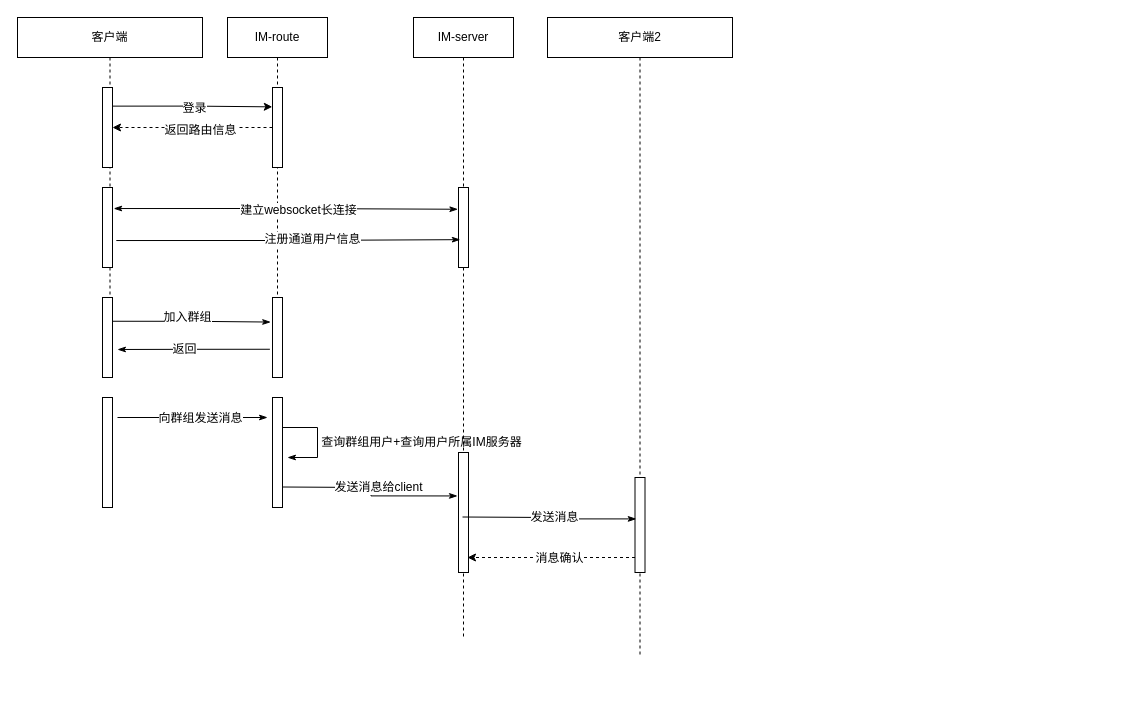
Before: IM消息系统.drawio in JAi-Li/document, a draw.io diagram. Source tidied: cells renumbered, new cells numbered last; positions are measured from the earlier drawing's top-left corner, leaving out a move shared by most shapes. Both pictures are drawn from the tidied source at 100%, with x=0, y=0 at pixel (17, 17).
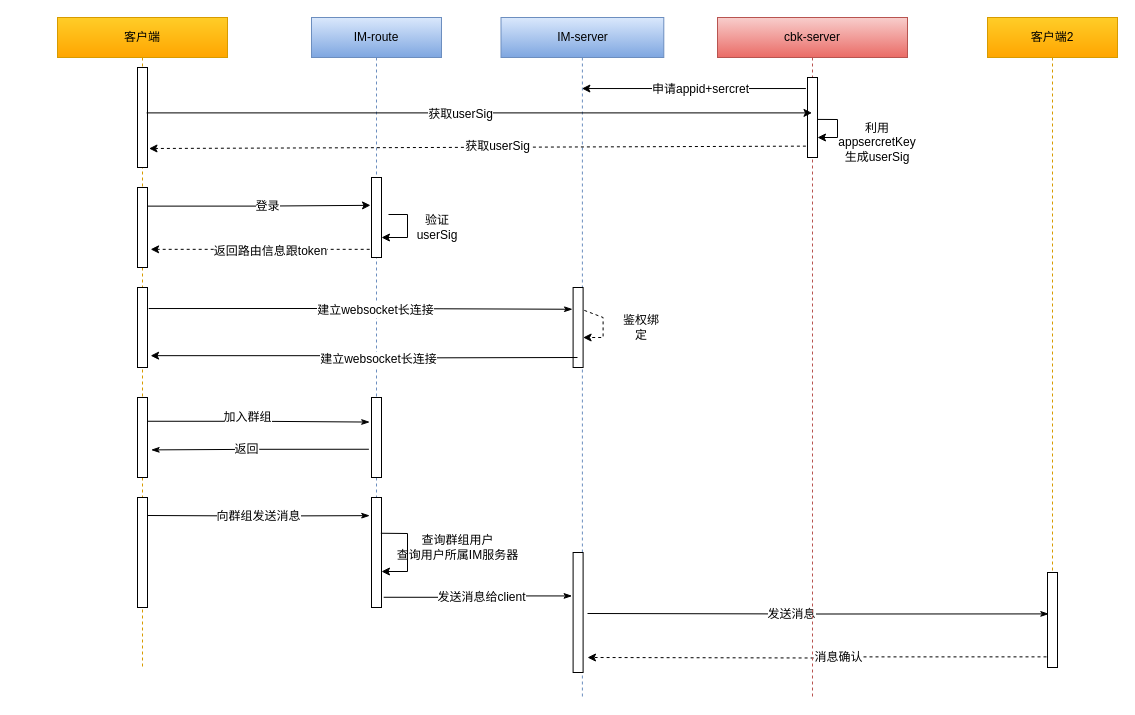
The same diagram, later.

Commit message:
更新IM消息系统.drawio

Diff of the diagram source:
```diff
@@
-    <mxCell id="2" value="客户端" style="shape=umlLifeline;perimeter=lifelinePerimeter;whiteSpace=wrap;html=1;" parent="1" vertex="1">
-      <mxGeometry width="185" height="360" as="geometry" />
+    <mxCell id="2" value="客户端" style="shape=umlLifeline;perimeter=lifelinePerimeter;whiteSpace=wrap;html=1;fillColor=#ffcd28;gradientColor=#ffa500;strokeColor=#d79b00;" parent="1" vertex="1">
+      <mxGeometry x="40" width="170" height="650" as="geometry" />
     </mxCell>
     <mxCell id="3" style="html=1;points=[];perimeter=orthogonalPerimeter;strokeColor=rgb(0, 0, 0);fontFamily=Helvetica;fontSize=12;fontColor=rgb(0, 0, 0);fillColor=rgb(255, 255, 255);" parent="2" vertex="1">
-      <mxGeometry x="85" y="70" width="10" height="80" as="geometry" />
+      <mxGeometry x="80" y="170" width="10" height="80" as="geometry" />
     </mxCell>
     <mxCell id="4" style="html=1;points=[];perimeter=orthogonalPerimeter;strokeColor=rgb(0, 0, 0);fontFamily=Helvetica;fontSize=12;fontColor=rgb(0, 0, 0);fillColor=rgb(255, 255, 255);" parent="2" vertex="1">
-      <mxGeometry x="85" y="170" width="10" height="80" as="geometry" />
+      <mxGeometry x="80" y="270" width="10" height="80" as="geometry" />
     </mxCell>
+    <mxCell id="38" style="html=1;points=[];perimeter=orthogonalPerimeter;strokeColor=rgb(0, 0, 0);fontFamily=Helvetica;fontSize=12;fontColor=rgb(0, 0, 0);fillColor=rgb(255, 255, 255);" parent="2" vertex="1">
+      <mxGeometry x="80" y="50" width="10" height="100" as="geometry" />
+    </mxCell>
     <mxCell id="5" style="html=1;points=[];perimeter=orthogonalPerimeter;strokeColor=rgb(0, 0, 0);fontFamily=Helvetica;fontSize=12;fontColor=rgb(0, 0, 0);fillColor=rgb(255, 255, 255);" parent="2" vertex="1">
-      <mxGeometry x="85" y="280" width="10" height="80" as="geometry" />
+      <mxGeometry x="80" y="380" width="10" height="80" as="geometry" />
     </mxCell>
+    <mxCell id="26" style="html=1;perimeter=orthogonalPerimeter;strokeColor=rgb(0, 0, 0);fontFamily=Helvetica;fontSize=12;fontColor=rgb(0, 0, 0);fillColor=rgb(255, 255, 255);" parent="2" vertex="1">
+      <mxGeometry x="80" y="480" width="10" height="110" as="geometry" />
+    </mxCell>
-    <mxCell id="6" value="IM-route" style="shape=umlLifeline;perimeter=lifelinePerimeter;whiteSpace=wrap;html=1;" parent="1" vertex="1">
-      <mxGeometry x="210" width="100" height="360" as="geometry" />
+    <mxCell id="6" value="IM-route" style="shape=umlLifeline;perimeter=lifelinePerimeter;whiteSpace=wrap;html=1;fillColor=#dae8fc;gradientColor=#7ea6e0;strokeColor=#6c8ebf;" parent="1" vertex="1">
+      <mxGeometry x="294" width="130" height="540" as="geometry" />
     </mxCell>
     <mxCell id="7" style="html=1;points=[];perimeter=orthogonalPerimeter;strokeColor=rgb(0, 0, 0);fontFamily=Helvetica;fontSize=12;fontColor=rgb(0, 0, 0);fillColor=rgb(255, 255, 255);" parent="6" vertex="1">
-      <mxGeometry x="45" y="70" width="10" height="80" as="geometry" />
+      <mxGeometry x="60" y="160" width="10" height="80" as="geometry" />
     </mxCell>
     <mxCell id="8" style="html=1;points=[];perimeter=orthogonalPerimeter;strokeColor=rgb(0, 0, 0);fontFamily=Helvetica;fontSize=12;fontColor=rgb(0, 0, 0);fillColor=rgb(255, 255, 255);" parent="6" vertex="1">
-      <mxGeometry x="45" y="280" width="10" height="80" as="geometry" />
+      <mxGeometry x="60" y="380" width="10" height="80" as="geometry" />
     </mxCell>
+    <mxCell id="39" style="endArrow=classic;html=1;rounded=0;fontFamily=Helvetica;fontSize=12;fontColor=rgb(0, 0, 0);" parent="6" edge="1" target="7">
+      <mxGeometry relative="1" as="geometry">
+        <mxPoint x="77" y="197" as="sourcePoint" />
+        <Array as="points">
+          <mxPoint x="96" y="197" />
+          <mxPoint x="96" y="220" />
+        </Array>
+      </mxGeometry>
+    </mxCell>
+    <mxCell id="40" value="验证userSig" style="text;html=1;strokeColor=none;fillColor=none;align=center;verticalAlign=middle;whiteSpace=wrap;rounded=0;fontFamily=Helvetica;fontSize=12;fontColor=rgb(0, 0, 0);" parent="6" vertex="1">
+      <mxGeometry x="96" y="195" width="60" height="30" as="geometry" />
+    </mxCell>
-    <mxCell id="9" value="IM-server" style="shape=umlLifeline;perimeter=lifelinePerimeter;whiteSpace=wrap;html=1;outlineConnect=0;" parent="1" vertex="1">
-      <mxGeometry x="396" width="100" height="620" as="geometry" />
+    <mxCell id="9" value="IM-server" style="shape=umlLifeline;perimeter=lifelinePerimeter;whiteSpace=wrap;html=1;outlineConnect=0;fillColor=#dae8fc;gradientColor=#7ea6e0;strokeColor=#6c8ebf;" parent="1" vertex="1">
+      <mxGeometry x="483.5" width="162.8" height="680" as="geometry" />
     </mxCell>
     <mxCell id="10" style="html=1;points=[];perimeter=orthogonalPerimeter;strokeColor=rgb(0, 0, 0);fontFamily=Helvetica;fontSize=12;fontColor=rgb(0, 0, 0);fillColor=rgb(255, 255, 255);" parent="9" vertex="1">
-      <mxGeometry x="45" y="170" width="10" height="80" as="geometry" />
+      <mxGeometry x="72.1" y="270" width="10" height="80" as="geometry" />
     </mxCell>
     <mxCell id="11" style="html=1;points=[];perimeter=orthogonalPerimeter;strokeColor=rgb(0, 0, 0);fontFamily=Helvetica;fontSize=12;fontColor=rgb(0, 0, 0);fillColor=rgb(255, 255, 255);" parent="9" vertex="1">
-      <mxGeometry x="45" y="435" width="10" height="120" as="geometry" />
+      <mxGeometry x="72.1" y="535" width="10" height="120" as="geometry" />
     </mxCell>
+    <mxCell id="41" style="endArrow=classic;html=1;rounded=0;dashed=1;fontFamily=Helvetica;fontSize=12;fontColor=rgb(0, 0, 0);exitX=1.122;exitY=0.286;exitDx=0;exitDy=0;exitPerimeter=0;" parent="9" edge="1" source="10" target="10">
+      <mxGeometry relative="1" as="geometry">
+        <Array as="points">
+          <mxPoint x="76" y="323" />
+        </Array>
+      </mxGeometry>
+    </mxCell>
+    <mxCell id="42" value="鉴权绑定" style="text;html=1;strokeColor=none;fillColor=none;align=center;verticalAlign=middle;whiteSpace=wrap;rounded=0;fontFamily=Helvetica;fontSize=12;fontColor=rgb(0, 0, 0);" parent="9" vertex="1">
+      <mxGeometry x="118.5" y="295" width="44.2" height="30" as="geometry" />
+    </mxCell>
-    <mxCell id="12" style="edgeStyle=orthogonalEdgeStyle;rounded=0;jettySize=auto;html=1;fontFamily=Helvetica;fontSize=12;fontColor=rgb(0, 0, 0);exitX=0.98;exitY=0.233;exitDx=0;exitDy=0;exitPerimeter=0;entryX=-0.02;entryY=0.242;entryDx=0;entryDy=0;entryPerimeter=0;" parent="1" edge="1" source="3" target="7">
+    <mxCell id="12" style="edgeStyle=orthogonalEdgeStyle;rounded=0;jettySize=auto;html=1;fontFamily=Helvetica;fontSize=12;fontColor=rgb(0, 0, 0);exitX=0.98;exitY=0.233;exitDx=0;exitDy=0;exitPerimeter=0;entryX=-0.1;entryY=0.348;entryDx=0;entryDy=0;entryPerimeter=0;" parent="1" edge="1" source="3" target="7">
       <mxGeometry relative="1" as="geometry" />
     </mxCell>
@@
-    <mxCell id="14" style="edgeStyle=orthogonalEdgeStyle;rounded=0;jettySize=auto;html=1;fontFamily=Helvetica;fontSize=12;fontColor=rgb(0, 0, 0);dashed=1;" parent="1" edge="1" source="7" target="3">
+    <mxCell id="14" style="edgeStyle=orthogonalEdgeStyle;rounded=0;jettySize=auto;html=1;fontFamily=Helvetica;fontSize=12;fontColor=rgb(0, 0, 0);dashed=1;exitX=-0.18;exitY=0.898;exitDx=0;exitDy=0;exitPerimeter=0;entryX=1.31;entryY=0.773;entryDx=0;entryDy=0;entryPerimeter=0;" parent="1" edge="1" source="7" target="3">
       <mxGeometry relative="1" as="geometry" />
     </mxCell>
-    <mxCell id="15" value="返回路由信息" style="edgeLabel;html=1;align=center;verticalAlign=middle;fontSize=12;fontFamily=Helvetica;fontColor=rgb(0, 0, 0);" parent="14" vertex="1">
+    <mxCell id="15" value="返回路由信息跟token" style="edgeLabel;html=1;align=center;verticalAlign=middle;fontSize=12;fontFamily=Helvetica;fontColor=rgb(0, 0, 0);" parent="14" vertex="1">
       <mxGeometry x="-0.09" y="2" relative="1" as="geometry" />
     </mxCell>
-    <mxCell id="16" style="edgeStyle=orthogonalEdgeStyle;rounded=0;jettySize=auto;html=1;fontFamily=Helvetica;fontSize=12;fontColor=rgb(0, 0, 0);exitX=1.12;exitY=0.263;exitDx=0;exitDy=0;exitPerimeter=0;entryX=-0.06;entryY=0.272;entryDx=0;entryDy=0;entryPerimeter=0;startArrow=classicThin;startFill=1;endArrow=classicThin;endFill=1;" parent="1" edge="1" source="4" target="10">
+    <mxCell id="16" style="edgeStyle=orthogonalEdgeStyle;rounded=0;jettySize=auto;html=1;fontFamily=Helvetica;fontSize=12;fontColor=rgb(0, 0, 0);exitX=1.12;exitY=0.263;exitDx=0;exitDy=0;exitPerimeter=0;entryX=-0.06;entryY=0.272;entryDx=0;entryDy=0;entryPerimeter=0;startArrow=none;startFill=0;endArrow=classicThin;endFill=1;" parent="1" edge="1" source="4" target="10">
       <mxGeometry relative="1" as="geometry" />
     </mxCell>
@@
-    <mxCell id="18" style="edgeStyle=orthogonalEdgeStyle;rounded=0;jettySize=auto;html=1;fontFamily=Helvetica;fontSize=12;fontColor=rgb(0, 0, 0);startArrow=none;startFill=0;endArrow=classicThin;endFill=1;exitX=1.38;exitY=0.663;exitDx=0;exitDy=0;exitPerimeter=0;entryX=0.18;entryY=0.652;entryDx=0;entryDy=0;entryPerimeter=0;" parent="1" edge="1" source="4" target="10">
-      <mxGeometry relative="1" as="geometry" />
-    </mxCell>
-    <mxCell id="19" value="注册通道用户信息" style="edgeLabel;html=1;align=center;verticalAlign=middle;fontSize=12;fontFamily=Helvetica;fontColor=rgb(0, 0, 0);" parent="18" vertex="1">
-      <mxGeometry x="0.14" y="1" relative="1" as="geometry" />
-    </mxCell>
@@
-    <mxCell id="22" style="edgeStyle=orthogonalEdgeStyle;rounded=0;jettySize=auto;html=1;fontFamily=Helvetica;fontSize=12;fontColor=rgb(0, 0, 0);startArrow=none;startFill=0;endArrow=classicThin;endFill=1;exitX=-0.26;exitY=0.647;exitDx=0;exitDy=0;exitPerimeter=0;" parent="1" edge="1" source="8">
-      <mxGeometry relative="1" as="geometry">
-        <mxPoint x="100" y="332" as="targetPoint" />
-      </mxGeometry>
+    <mxCell id="22" style="edgeStyle=orthogonalEdgeStyle;rounded=0;jettySize=auto;html=1;fontFamily=Helvetica;fontSize=12;fontColor=rgb(0, 0, 0);startArrow=none;startFill=0;endArrow=classicThin;endFill=1;exitX=-0.26;exitY=0.647;exitDx=0;exitDy=0;exitPerimeter=0;entryX=1.364;entryY=0.655;entryDx=0;entryDy=0;entryPerimeter=0;" parent="1" edge="1" source="8" target="5">
+      <mxGeometry relative="1" as="geometry" />
     </mxCell>
@@
-    <mxCell id="24" style="edgeStyle=orthogonalEdgeStyle;rounded=0;orthogonalLoop=1;jettySize=auto;html=1;fontFamily=Helvetica;fontSize=12;fontColor=rgb(0, 0, 0);startArrow=none;startFill=0;endArrow=classicThin;endFill=1;" parent="1" edge="1">
+    <mxCell id="24" style="edgeStyle=orthogonalEdgeStyle;rounded=0;jettySize=auto;html=1;fontFamily=Helvetica;fontSize=12;fontColor=rgb(0, 0, 0);startArrow=none;startFill=0;endArrow=classicThin;endFill=1;entryX=-0.18;entryY=0.165;entryDx=0;entryDy=0;entryPerimeter=0;" parent="1" edge="1" target="28">
       <mxGeometry relative="1" as="geometry">
-        <mxPoint x="100" y="400" as="sourcePoint" />
-        <mxPoint x="250" y="400" as="targetPoint" />
+        <mxPoint x="130" y="498" as="sourcePoint" />
       </mxGeometry>
     </mxCell>
@@
-    <mxCell id="26" style="html=1;perimeter=orthogonalPerimeter;strokeColor=rgb(0, 0, 0);fontFamily=Helvetica;fontSize=12;fontColor=rgb(0, 0, 0);fillColor=rgb(255, 255, 255);" parent="1" vertex="1">
-      <mxGeometry x="85" y="380" width="10" height="110" as="geometry" />
-    </mxCell>
-    <mxCell id="27" style="edgeStyle=orthogonalEdgeStyle;rounded=0;jettySize=auto;html=1;fontFamily=Helvetica;fontSize=12;fontColor=rgb(0, 0, 0);startArrow=none;startFill=0;endArrow=classicThin;endFill=1;" parent="1" edge="1" source="28">
-      <mxGeometry relative="1" as="geometry">
-        <mxPoint x="270" y="440" as="targetPoint" />
-        <Array as="points">
-          <mxPoint x="300" y="410" />
-          <mxPoint x="300" y="440" />
-        </Array>
-      </mxGeometry>
-    </mxCell>
-    <mxCell id="28" style="html=1;points=[];perimeter=orthogonalPerimeter;strokeColor=rgb(0, 0, 0);fontFamily=Helvetica;fontSize=12;fontColor=rgb(0, 0, 0);fillColor=rgb(255, 255, 255);" parent="1" vertex="1">
-      <mxGeometry x="255" y="380" width="10" height="110" as="geometry" />
-    </mxCell>
-    <mxCell id="29" value="查询群组用户+查询用户所属IM服务器" style="text;html=1;align=center;verticalAlign=middle;strokeColor=none;fillColor=none;fontSize=12;fontFamily=Helvetica;fontColor=rgb(0, 0, 0);" parent="1" vertex="1">
-      <mxGeometry x="294" y="410" width="220" height="30" as="geometry" />
-    </mxCell>
-    <mxCell id="30" style="edgeStyle=orthogonalEdgeStyle;rounded=0;jettySize=auto;html=1;fontFamily=Helvetica;fontSize=12;fontColor=rgb(0, 0, 0);startArrow=none;startFill=0;endArrow=classicThin;endFill=1;entryX=-0.1;entryY=0.362;entryDx=0;entryDy=0;entryPerimeter=0;" parent="1" edge="1" target="11">
-      <mxGeometry relative="1" as="geometry">
-        <mxPoint x="265" y="469.5" as="sourcePoint" />
-      </mxGeometry>
+    <mxCell id="30" style="edgeStyle=orthogonalEdgeStyle;rounded=0;jettySize=auto;html=1;fontFamily=Helvetica;fontSize=12;fontColor=rgb(0, 0, 0);startArrow=none;startFill=0;endArrow=classicThin;endFill=1;entryX=-0.1;entryY=0.362;entryDx=0;entryDy=0;entryPerimeter=0;exitX=1.22;exitY=0.907;exitDx=0;exitDy=0;exitPerimeter=0;" parent="1" edge="1" source="28" target="11">
+      <mxGeometry relative="1" as="geometry" />
     </mxCell>
@@
-    <mxCell id="32" value="客户端2" style="shape=umlLifeline;perimeter=lifelinePerimeter;whiteSpace=wrap;html=1;" parent="1" vertex="1">
-      <mxGeometry x="530" width="185" height="640" as="geometry" />
+    <mxCell id="32" value="客户端2" style="shape=umlLifeline;perimeter=lifelinePerimeter;whiteSpace=wrap;html=1;fillColor=#ffcd28;gradientColor=#ffa500;strokeColor=#d79b00;glass=0;rounded=0;sketch=0;shadow=0;" parent="1" vertex="1">
+      <mxGeometry x="970" width="130" height="650" as="geometry" />
     </mxCell>
-    <mxCell id="33" style="html=1;points=[];perimeter=orthogonalPerimeter;strokeColor=rgb(0, 0, 0);fontFamily=Helvetica;fontSize=12;fontColor=rgb(0, 0, 0);fillColor=rgb(255, 255, 255);" parent="1" vertex="1">
-      <mxGeometry x="617.5" y="460" width="10" height="95" as="geometry" />
+    <mxCell id="33" style="html=1;points=[];perimeter=orthogonalPerimeter;strokeColor=rgb(0, 0, 0);fontFamily=Helvetica;fontSize=12;fontColor=rgb(0, 0, 0);fillColor=rgb(255, 255, 255);" parent="32" vertex="1">
+      <mxGeometry x="60" y="555" width="10" height="95" as="geometry" />
     </mxCell>
     <mxCell id="34" style="edgeStyle=orthogonalEdgeStyle;rounded=0;jettySize=auto;html=1;fontFamily=Helvetica;fontSize=12;fontColor=rgb(0, 0, 0);startArrow=none;startFill=0;endArrow=classicThin;endFill=1;entryX=0.13;entryY=0.436;entryDx=0;entryDy=0;entryPerimeter=0;" parent="1" edge="1" target="33">
       <mxGeometry relative="1" as="geometry">
-        <mxPoint x="445" y="499.5" as="sourcePoint" />
+        <mxPoint x="570" y="596" as="sourcePoint" />
       </mxGeometry>
     </mxCell>
@@
-    <mxCell id="36" style="edgeStyle=orthogonalEdgeStyle;rounded=0;orthogonalLoop=1;jettySize=auto;html=1;fontFamily=Helvetica;fontSize=12;fontColor=rgb(0, 0, 0);dashed=1;" parent="1" edge="1">
+    <mxCell id="36" style="edgeStyle=orthogonalEdgeStyle;rounded=0;jettySize=auto;html=1;fontFamily=Helvetica;fontSize=12;fontColor=rgb(0, 0, 0);dashed=1;exitX=-0.1;exitY=0.888;exitDx=0;exitDy=0;exitPerimeter=0;" parent="1" edge="1" source="33">
       <mxGeometry relative="1" as="geometry">
-        <mxPoint x="617.5" y="540" as="sourcePoint" />
-        <mxPoint x="450" y="540" as="targetPoint" />
+        <mxPoint x="570" y="640" as="targetPoint" />
       </mxGeometry>
     </mxCell>
@@
+    <mxCell id="43" value="cbk-server" style="shape=umlLifeline;perimeter=lifelinePerimeter;whiteSpace=wrap;html=1;outlineConnect=0;fillColor=#f8cecc;gradientColor=#ea6b66;strokeColor=#b85450;" parent="1" vertex="1">
+      <mxGeometry x="700" width="190" height="680" as="geometry" />
+    </mxCell>
+    <mxCell id="44" style="html=1;points=[];perimeter=orthogonalPerimeter;strokeColor=rgb(0, 0, 0);fontFamily=Helvetica;fontSize=12;fontColor=rgb(0, 0, 0);fillColor=rgb(255, 255, 255);" parent="43" vertex="1">
+      <mxGeometry x="90" y="60" width="10" height="80" as="geometry" />
+    </mxCell>
+    <mxCell id="45" style="endArrow=classic;html=1;rounded=0;fontFamily=Helvetica;fontSize=12;fontColor=rgb(0, 0, 0);exitX=1.036;exitY=0.524;exitDx=0;exitDy=0;exitPerimeter=0;" parent="43" edge="1" source="44" target="44">
+      <mxGeometry relative="1" as="geometry">
+        <Array as="points">
+          <mxPoint x="120" y="102" />
+          <mxPoint x="120" y="120" />
+        </Array>
+      </mxGeometry>
+    </mxCell>
+    <mxCell id="46" value="利用appsercretKey生成userSig" style="text;html=1;strokeColor=none;fillColor=none;align=center;verticalAlign=middle;whiteSpace=wrap;rounded=0;fontFamily=Helvetica;fontSize=12;fontColor=rgb(0, 0, 0);" parent="43" vertex="1">
+      <mxGeometry x="130" y="110" width="60" height="30" as="geometry" />
+    </mxCell>
+    <mxCell id="47" style="endArrow=classic;html=1;rounded=0;fontFamily=Helvetica;fontSize=12;fontColor=rgb(0, 0, 0);exitX=0.912;exitY=0.454;exitDx=0;exitDy=0;exitPerimeter=0;" parent="1" edge="1" source="38" target="43">
+      <mxGeometry relative="1" as="geometry" />
+    </mxCell>
+    <mxCell id="48" value="获取userSig" style="edgeLabel;html=1;align=center;verticalAlign=middle;fontSize=12;fontFamily=Helvetica;fontColor=rgb(0, 0, 0);" parent="47" vertex="1">
+      <mxGeometry x="-0.06" y="-1" relative="1" as="geometry" />
+    </mxCell>
+    <mxCell id="49" style="endArrow=classic;html=1;rounded=0;fontFamily=Helvetica;fontSize=12;fontColor=rgb(0, 0, 0);entryX=1.15;entryY=0.81;entryDx=0;entryDy=0;entryPerimeter=0;exitX=-0.16;exitY=0.858;exitDx=0;exitDy=0;exitPerimeter=0;dashed=1;" parent="1" edge="1" source="44" target="38">
+      <mxGeometry relative="1" as="geometry" />
+    </mxCell>
+    <mxCell id="50" value="获取userSig" style="edgeLabel;html=1;align=center;verticalAlign=middle;fontSize=12;fontFamily=Helvetica;fontColor=rgb(0, 0, 0);" parent="49" vertex="1">
+      <mxGeometry x="-0.06" y="-1" relative="1" as="geometry" />
+    </mxCell>
+    <mxCell id="51" style="edgeStyle=orthogonalEdgeStyle;rounded=0;jettySize=auto;html=1;fontFamily=Helvetica;fontSize=12;fontColor=rgb(0, 0, 0);exitX=1.31;exitY=0.852;exitDx=0;exitDy=0;exitPerimeter=0;startArrow=classic;startFill=1;endArrow=none;endFill=0;" parent="1" edge="1" source="4">
+      <mxGeometry relative="1" as="geometry">
+        <mxPoint x="560" y="340" as="targetPoint" />
+      </mxGeometry>
+    </mxCell>
+    <mxCell id="52" value="建立websocket长连接" style="edgeLabel;html=1;align=center;verticalAlign=middle;fontSize=12;fontFamily=Helvetica;fontColor=rgb(0, 0, 0);" parent="51" vertex="1">
+      <mxGeometry x="0.07" y="-1" relative="1" as="geometry" />
+    </mxCell>
+    <mxCell id="28" style="html=1;points=[];perimeter=orthogonalPerimeter;strokeColor=rgb(0, 0, 0);fontFamily=Helvetica;fontSize=12;fontColor=rgb(0, 0, 0);fillColor=rgb(255, 255, 255);" parent="1" vertex="1">
+      <mxGeometry x="354" y="480" width="10" height="110" as="geometry" />
+    </mxCell>
+    <mxCell id="53" style="endArrow=classic;html=1;rounded=0;fontFamily=Helvetica;fontSize=12;fontColor=rgb(0, 0, 0);exitX=0.935;exitY=0.325;exitDx=0;exitDy=0;exitPerimeter=0;" parent="1" edge="1" source="28" target="28">
+      <mxGeometry relative="1" as="geometry">
+        <Array as="points">
+          <mxPoint x="390" y="516" />
+        </Array>
+      </mxGeometry>
+    </mxCell>
+    <mxCell id="29" value="查询群组用户&lt;br&gt;查询用户所属IM服务器" style="text;html=1;align=center;verticalAlign=middle;strokeColor=none;fillColor=none;fontSize=12;fontFamily=Helvetica;fontColor=rgb(0, 0, 0);" parent="1" vertex="1">
+      <mxGeometry x="370" y="510" width="140" height="40" as="geometry" />
+    </mxCell>
+    <mxCell id="54" style="endArrow=classic;html=1;rounded=0;fontFamily=Helvetica;fontSize=12;fontColor=rgb(0, 0, 0);exitX=-0.16;exitY=0.138;exitDx=0;exitDy=0;exitPerimeter=0;" parent="1" edge="1" source="44" target="9">
+      <mxGeometry relative="1" as="geometry" />
+    </mxCell>
+    <mxCell id="55" value="申请appid+sercret" style="edgeLabel;html=1;align=center;verticalAlign=middle;fontSize=12;fontFamily=Helvetica;fontColor=rgb(0, 0, 0);" parent="54" vertex="1">
+      <mxGeometry x="-0.15" relative="1" as="geometry">
+        <mxPoint x="-11" as="offset" />
+      </mxGeometry>
+    </mxCell>
```
